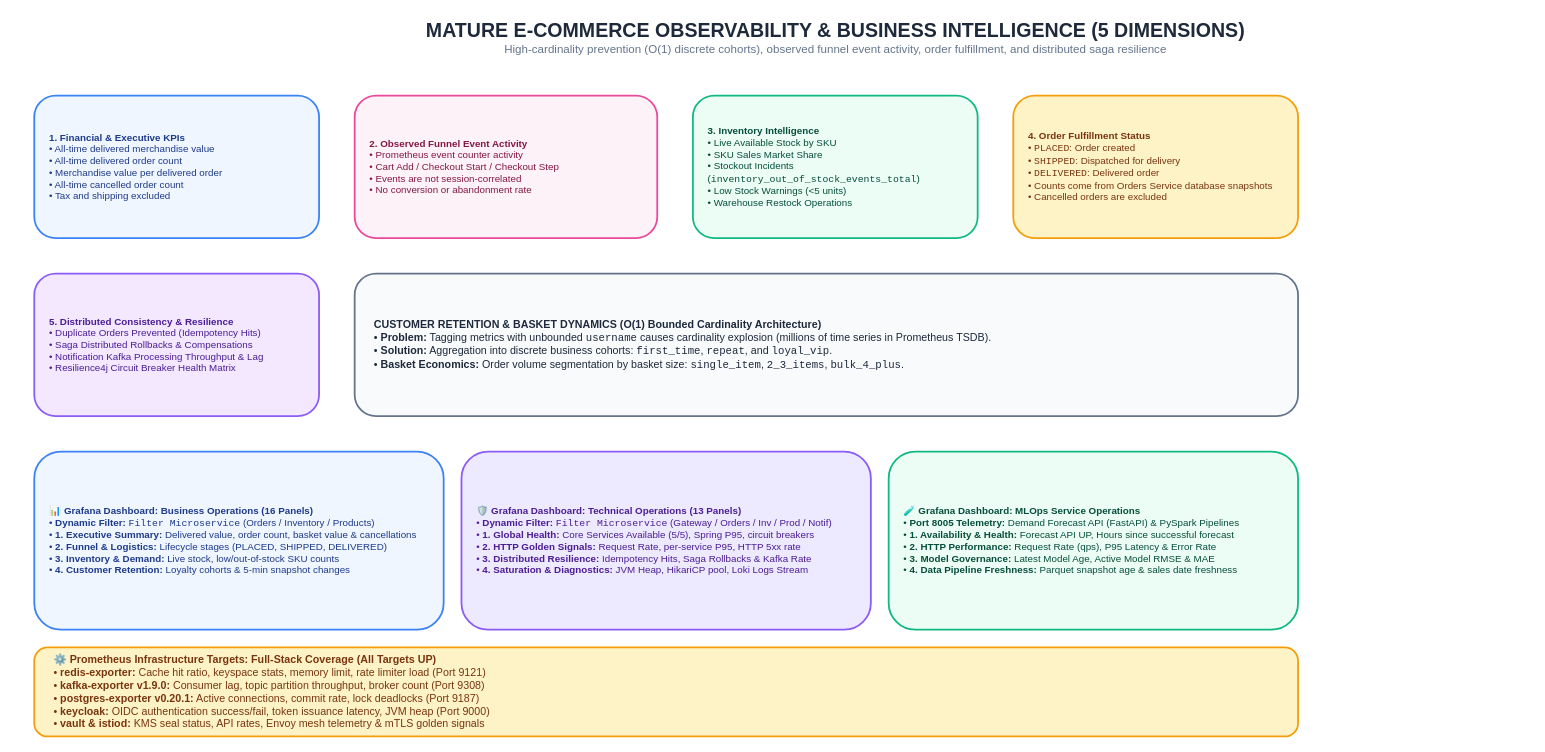
Above: page "8. Mature E-Commerce Observability Architecture" (8 of 16) of docs/Diagrams.drawio in GeorgeGxx/microservices-architecture (draw.io), before the change. Source tidied: cells renumbered, new cells numbered last; positions are measured from the earlier drawing's top-left corner, leaving out a move shared by most shapes. Both pictures are drawn from the tidied source at 89%, with x=0, y=0 at pixel (34, 15).
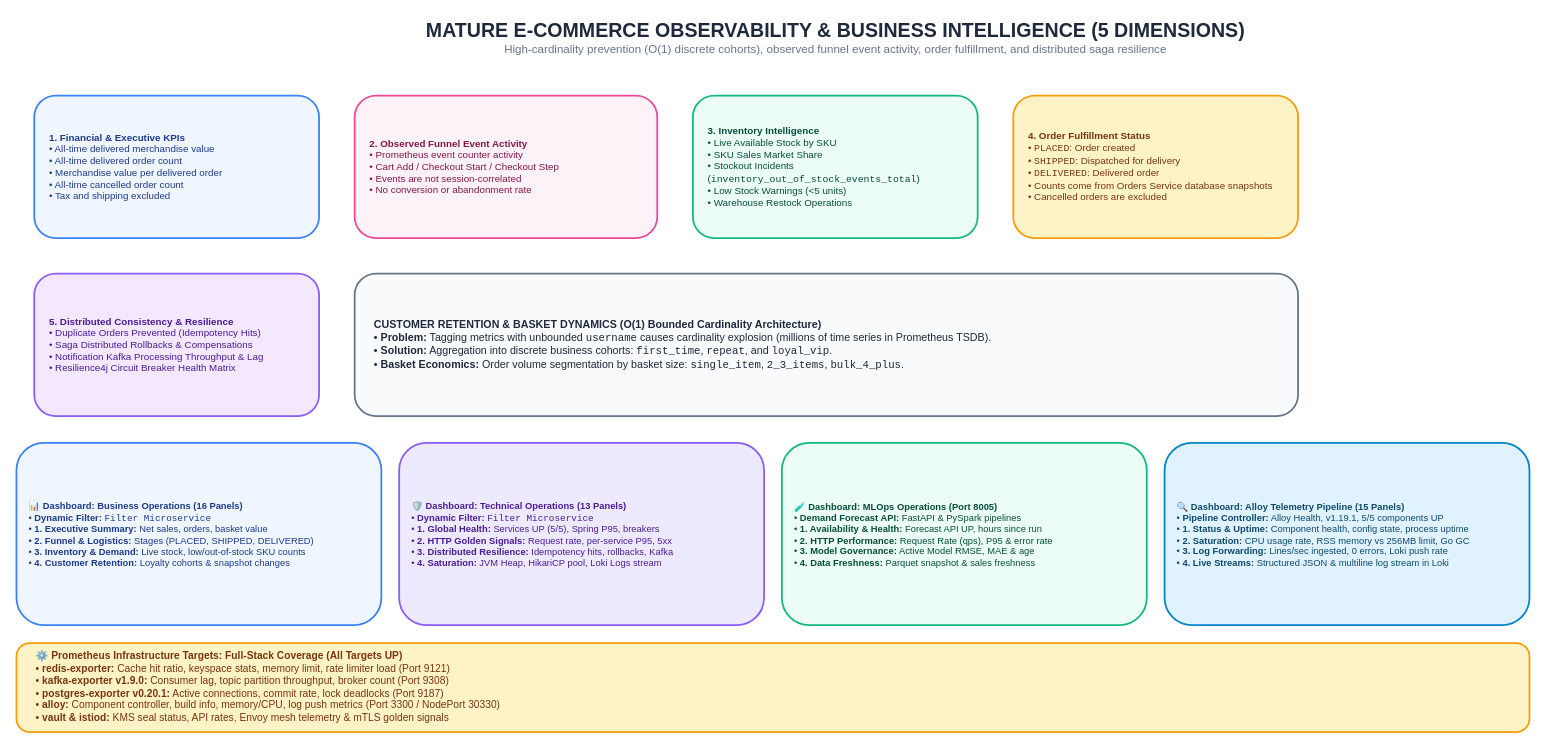
After the change.

Diff of the diagram source:
```diff
@@
 <mxGraphModel>
   <root>
     <mxCell id="0" />
     <mxCell id="1" parent="0" />
     <mxCell id="2" value="&lt;b style='font-size:22px;color:#1E293B;'&gt;MATURE E-COMMERCE OBSERVABILITY &amp; BUSINESS INTELLIGENCE (5 DIMENSIONS)&lt;/b&gt;&lt;br&gt;&lt;span style='font-size:13px;color:#64748B;'&gt;High-cardinality prevention (O(1) discrete cohorts), observed funnel event activity, order fulfillment, and distributed saga resilience&lt;/span&gt;" style="text;html=1;align=center;verticalAlign=middle;rounded=0;" parent="1" vertex="1">
       <mxGeometry x="200" width="1400" height="50" as="geometry" />
     </mxCell>
     <mxCell id="3" value="&lt;b&gt;1. Financial &amp; Executive KPIs&lt;/b&gt;&lt;br&gt;• All-time delivered merchandise value&lt;br&gt;• All-time delivered order count&lt;br&gt;• Merchandise value per delivered order&lt;br&gt;• All-time cancelled order count&lt;br&gt;• Tax and shipping excluded" style="rounded=1;whiteSpace=wrap;html=1;fillColor=#EFF6FF;strokeColor=#3B82F6;strokeWidth=2;fontColor=#1E3A8A;fontSize=11;align=left;spacingLeft=15;" parent="1" vertex="1">
       <mxGeometry y="90" width="320" height="160" as="geometry" />
     </mxCell>
     <mxCell id="4" value="&lt;b&gt;2. Observed Funnel Event Activity&lt;/b&gt;&lt;br&gt;• Prometheus event counter activity&lt;br&gt;• Cart Add / Checkout Start / Checkout Step&lt;br&gt;• Events are not session-correlated&lt;br&gt;• No conversion or abandonment rate" style="rounded=1;whiteSpace=wrap;html=1;fillColor=#FDF2F8;strokeColor=#EC4899;strokeWidth=2;fontColor=#831843;fontSize=11;align=left;spacingLeft=15;" parent="1" vertex="1">
       <mxGeometry x="360" y="90" width="340" height="160" as="geometry" />
     </mxCell>
     <mxCell id="5" value="&lt;b&gt;3. Inventory Intelligence&lt;/b&gt;&lt;br&gt;• Live Available Stock by SKU&lt;br&gt;• SKU Sales Market Share&lt;br&gt;• Stockout Incidents (&lt;code&gt;inventory_out_of_stock_events_total&lt;/code&gt;)&lt;br&gt;• Low Stock Warnings (&amp;lt;5 units)&lt;br&gt;• Warehouse Restock Operations" style="rounded=1;whiteSpace=wrap;html=1;fillColor=#ECFDF5;strokeColor=#10B981;strokeWidth=2;fontColor=#064E3B;fontSize=11;align=left;spacingLeft=15;" parent="1" vertex="1">
       <mxGeometry x="740" y="90" width="320" height="160" as="geometry" />
     </mxCell>
     <mxCell id="6" value="&lt;b&gt;4. Order Fulfillment Status&lt;/b&gt;&lt;br&gt;• &lt;code&gt;PLACED&lt;/code&gt;: Order created&lt;br&gt;• &lt;code&gt;SHIPPED&lt;/code&gt;: Dispatched for delivery&lt;br&gt;• &lt;code&gt;DELIVERED&lt;/code&gt;: Delivered order&lt;br&gt;• Counts come from Orders Service database snapshots&lt;br&gt;• Cancelled orders are excluded" style="rounded=1;whiteSpace=wrap;html=1;fillColor=#FEF3C7;strokeColor=#F59E0B;strokeWidth=2;fontColor=#78350F;fontSize=11;align=left;spacingLeft=15;" parent="1" vertex="1">
       <mxGeometry x="1100" y="90" width="320" height="160" as="geometry" />
     </mxCell>
     <mxCell id="7" value="&lt;b&gt;5. Distributed Consistency &amp; Resilience&lt;/b&gt;&lt;br&gt;• Duplicate Orders Prevented (Idempotency Hits)&lt;br&gt;• Saga Distributed Rollbacks &amp; Compensations&lt;br&gt;• Notification Kafka Processing Throughput &amp; Lag&lt;br&gt;• Resilience4j Circuit Breaker Health Matrix" style="rounded=1;whiteSpace=wrap;html=1;fillColor=#F3E8FF;strokeColor=#8B5CF6;strokeWidth=2;fontColor=#4C1D95;fontSize=11;align=left;spacingLeft=15;" parent="1" vertex="1">
       <mxGeometry y="290" width="320" height="160" as="geometry" />
     </mxCell>
     <mxCell id="8" value="&lt;b&gt;CUSTOMER RETENTION &amp; BASKET DYNAMICS (O(1) Bounded Cardinality Architecture)&lt;/b&gt;&lt;br&gt;• &lt;b&gt;Problem:&lt;/b&gt; Tagging metrics with unbounded &lt;code&gt;username&lt;/code&gt; causes cardinality explosion (millions of time series in Prometheus TSDB).&lt;br&gt;• &lt;b&gt;Solution:&lt;/b&gt; Aggregation into discrete business cohorts: &lt;code&gt;first_time&lt;/code&gt;, &lt;code&gt;repeat&lt;/code&gt;, and &lt;code&gt;loyal_vip&lt;/code&gt;.&lt;br&gt;• &lt;b&gt;Basket Economics:&lt;/b&gt; Order volume segmentation by basket size: &lt;code&gt;single_item&lt;/code&gt;, &lt;code&gt;2_3_items&lt;/code&gt;, &lt;code&gt;bulk_4_plus&lt;/code&gt;." style="rounded=1;whiteSpace=wrap;html=1;fillColor=#F8FAFC;strokeColor=#64748B;strokeWidth=2;fontColor=#1E293B;fontSize=12;align=left;spacingLeft=20;" parent="1" vertex="1">
       <mxGeometry x="360" y="290" width="1060" height="160" as="geometry" />
     </mxCell>
-    <mxCell id="9" value="&lt;b&gt;📊 Grafana Dashboard: Business Operations (16 Panels)&lt;/b&gt;&lt;br&gt;• &lt;b&gt;Dynamic Filter:&lt;/b&gt; &lt;code&gt;Filter Microservice&lt;/code&gt; (Orders / Inventory / Products)&lt;br&gt;• &lt;b&gt;1. Executive Summary:&lt;/b&gt; Delivered value, order count, basket value &amp; cancellations&lt;br&gt;• &lt;b&gt;2. Funnel &amp; Logistics:&lt;/b&gt; Lifecycle stages (PLACED, SHIPPED, DELIVERED)&lt;br&gt;• &lt;b&gt;3. Inventory &amp; Demand:&lt;/b&gt; Live stock, low/out-of-stock SKU counts&lt;br&gt;• &lt;b&gt;4. Customer Retention:&lt;/b&gt; Loyalty cohorts &amp; 5-min snapshot changes" style="rounded=1;whiteSpace=wrap;html=1;fillColor=#EFF6FF;strokeColor=#3B82F6;strokeWidth=2;fontColor=#1E3A8A;fontSize=11;align=left;spacingLeft=15;" parent="1" vertex="1">
-      <mxGeometry y="490" width="460" height="200" as="geometry" />
+    <mxCell id="9" value="&lt;b&gt;📊 Dashboard: Business Operations (16 Panels)&lt;/b&gt;&lt;br&gt;• &lt;b&gt;Dynamic Filter:&lt;/b&gt; &lt;code&gt;Filter Microservice&lt;/code&gt;&lt;br&gt;• &lt;b&gt;1. Executive Summary:&lt;/b&gt; Net sales, orders, basket value&lt;br&gt;• &lt;b&gt;2. Funnel &amp; Logistics:&lt;/b&gt; Stages (PLACED, SHIPPED, DELIVERED)&lt;br&gt;• &lt;b&gt;3. Inventory &amp; Demand:&lt;/b&gt; Live stock, low/out-of-stock SKU counts&lt;br&gt;• &lt;b&gt;4. Customer Retention:&lt;/b&gt; Loyalty cohorts &amp; snapshot changes" style="rounded=1;whiteSpace=wrap;html=1;fillColor=#EFF6FF;strokeColor=#3B82F6;strokeWidth=2;fontColor=#1E3A8A;fontSize=10.5;align=left;spacingLeft=12;" parent="1" vertex="1">
+      <mxGeometry x="-20" y="480" width="410" height="205" as="geometry" />
     </mxCell>
-    <mxCell id="10" value="&lt;b&gt;🛡️ Grafana Dashboard: Technical Operations (13 Panels)&lt;/b&gt;&lt;br&gt;• &lt;b&gt;Dynamic Filter:&lt;/b&gt; &lt;code&gt;Filter Microservice&lt;/code&gt; (Gateway / Orders / Inv / Prod / Notif)&lt;br&gt;• &lt;b&gt;1. Global Health:&lt;/b&gt; Core Services Available (5/5), Spring P95, circuit breakers&lt;br&gt;• &lt;b&gt;2. HTTP Golden Signals:&lt;/b&gt; Request Rate, per-service P95, HTTP 5xx rate&lt;br&gt;• &lt;b&gt;3. Distributed Resilience:&lt;/b&gt; Idempotency Hits, Saga Rollbacks &amp; Kafka Rate&lt;br&gt;• &lt;b&gt;4. Saturation &amp; Diagnostics:&lt;/b&gt; JVM Heap, HikariCP pool, Loki Logs Stream" style="rounded=1;whiteSpace=wrap;html=1;fillColor=#EDE9FE;strokeColor=#8B5CF6;strokeWidth=2;fontColor=#4C1D95;fontSize=11;align=left;spacingLeft=15;" parent="1" vertex="1">
-      <mxGeometry x="480" y="490" width="460" height="200" as="geometry" />
+    <mxCell id="10" value="&lt;b&gt;🛡️ Dashboard: Technical Operations (13 Panels)&lt;/b&gt;&lt;br&gt;• &lt;b&gt;Dynamic Filter:&lt;/b&gt; &lt;code&gt;Filter Microservice&lt;/code&gt;&lt;br&gt;• &lt;b&gt;1. Global Health:&lt;/b&gt; Services UP (5/5), Spring P95, breakers&lt;br&gt;• &lt;b&gt;2. HTTP Golden Signals:&lt;/b&gt; Request rate, per-service P95, 5xx&lt;br&gt;• &lt;b&gt;3. Distributed Resilience:&lt;/b&gt; Idempotency hits, rollbacks, Kafka&lt;br&gt;• &lt;b&gt;4. Saturation:&lt;/b&gt; JVM Heap, HikariCP pool, Loki Logs stream" style="rounded=1;whiteSpace=wrap;html=1;fillColor=#EDE9FE;strokeColor=#8B5CF6;strokeWidth=2;fontColor=#4C1D95;fontSize=10.5;align=left;spacingLeft=12;" parent="1" vertex="1">
+      <mxGeometry x="410" y="480" width="410" height="205" as="geometry" />
     </mxCell>
-    <mxCell id="11" value="&lt;b&gt;🧪 Grafana Dashboard: MLOps Service Operations&lt;/b&gt;&lt;br&gt;• &lt;b&gt;Port 8005 Telemetry:&lt;/b&gt; Demand Forecast API (FastAPI) &amp; PySpark Pipelines&lt;br&gt;• &lt;b&gt;1. Availability &amp; Health:&lt;/b&gt; Forecast API UP, Hours since successful forecast&lt;br&gt;• &lt;b&gt;2. HTTP Performance:&lt;/b&gt; Request Rate (qps), P95 Latency &amp; Error Rate&lt;br&gt;• &lt;b&gt;3. Model Governance:&lt;/b&gt; Latest Model Age, Active Model RMSE &amp; MAE&lt;br&gt;• &lt;b&gt;4. Data Pipeline Freshness:&lt;/b&gt; Parquet snapshot age &amp; sales date freshness" style="rounded=1;whiteSpace=wrap;html=1;fillColor=#ECFDF5;strokeColor=#10B981;strokeWidth=2;fontColor=#064E3B;fontSize=11;align=left;spacingLeft=15;" parent="1" vertex="1">
-      <mxGeometry x="960" y="490" width="460" height="200" as="geometry" />
+    <mxCell id="11" value="&lt;b&gt;🧪 Dashboard: MLOps Operations (Port 8005)&lt;/b&gt;&lt;br&gt;• &lt;b&gt;Demand Forecast API:&lt;/b&gt; FastAPI &amp; PySpark pipelines&lt;br&gt;• &lt;b&gt;1. Availability &amp; Health:&lt;/b&gt; Forecast API UP, hours since run&lt;br&gt;• &lt;b&gt;2. HTTP Performance:&lt;/b&gt; Request Rate (qps), P95 &amp; error rate&lt;br&gt;• &lt;b&gt;3. Model Governance:&lt;/b&gt; Active Model RMSE, MAE &amp; age&lt;br&gt;• &lt;b&gt;4. Data Freshness:&lt;/b&gt; Parquet snapshot &amp; sales freshness" style="rounded=1;whiteSpace=wrap;html=1;fillColor=#ECFDF5;strokeColor=#10B981;strokeWidth=2;fontColor=#064E3B;fontSize=10.5;align=left;spacingLeft=12;" parent="1" vertex="1">
+      <mxGeometry x="840" y="480" width="410" height="205" as="geometry" />
     </mxCell>
+    <mxCell id="13" value="&lt;b&gt;🔍 Dashboard: Alloy Telemetry Pipeline (15 Panels)&lt;/b&gt;&lt;br&gt;• &lt;b&gt;Pipeline Controller:&lt;/b&gt; Alloy Health, v1.19.1, 5/5 components UP&lt;br&gt;• &lt;b&gt;1. Status &amp; Uptime:&lt;/b&gt; Component health, config state, process uptime&lt;br&gt;• &lt;b&gt;2. Saturation:&lt;/b&gt; CPU usage rate, RSS memory vs 256MB limit, Go GC&lt;br&gt;• &lt;b&gt;3. Log Forwarding:&lt;/b&gt; Lines/sec ingested, 0 errors, Loki push rate&lt;br&gt;• &lt;b&gt;4. Live Streams:&lt;/b&gt; Structured JSON &amp; multiline log stream in Loki" style="rounded=1;whiteSpace=wrap;html=1;fillColor=#E0F2FE;strokeColor=#0284C7;strokeWidth=2;fontColor=#0C4A6E;fontSize=10.5;align=left;spacingLeft=12;" parent="1" vertex="1">
+      <mxGeometry x="1270" y="480" width="410" height="205" as="geometry" />
+    </mxCell>
-    <mxCell id="12" value="&lt;b&gt;⚙️ Prometheus Infrastructure Targets: Full-Stack Coverage (All Targets UP)&lt;/b&gt;&lt;br&gt;• &lt;b&gt;redis-exporter:&lt;/b&gt; Cache hit ratio, keyspace stats, memory limit, rate limiter load (Port 9121)&lt;br&gt;• &lt;b&gt;kafka-exporter v1.9.0:&lt;/b&gt; Consumer lag, topic partition throughput, broker count (Port 9308)&lt;br&gt;• &lt;b&gt;postgres-exporter v0.20.1:&lt;/b&gt; Active connections, commit rate, lock deadlocks (Port 9187)&lt;br&gt;• &lt;b&gt;keycloak:&lt;/b&gt; OIDC authentication success/fail, token issuance latency, JVM heap (Port 9000)&lt;br&gt;• &lt;b&gt;vault &amp; istiod:&lt;/b&gt; KMS seal status, API rates, Envoy mesh telemetry &amp; mTLS golden signals" style="rounded=1;whiteSpace=wrap;html=1;fillColor=#FEF3C7;strokeColor=#F59E0B;strokeWidth=2;fontColor=#78350F;fontSize=12;align=left;spacingLeft=20;" parent="1" vertex="1">
-      <mxGeometry y="710" width="1420" height="100" as="geometry" />
+    <mxCell id="12" value="&lt;b&gt;⚙️ Prometheus Infrastructure Targets: Full-Stack Coverage (All Targets UP)&lt;/b&gt;&lt;br&gt;• &lt;b&gt;redis-exporter:&lt;/b&gt; Cache hit ratio, keyspace stats, memory limit, rate limiter load (Port 9121)&lt;br&gt;• &lt;b&gt;kafka-exporter v1.9.0:&lt;/b&gt; Consumer lag, topic partition throughput, broker count (Port 9308)&lt;br&gt;• &lt;b&gt;postgres-exporter v0.20.1:&lt;/b&gt; Active connections, commit rate, lock deadlocks (Port 9187)&lt;br&gt;• &lt;b&gt;alloy:&lt;/b&gt; Component controller, build info, memory/CPU, log push metrics (Port 3300 / NodePort 30330)&lt;br&gt;• &lt;b&gt;vault &amp; istiod:&lt;/b&gt; KMS seal status, API rates, Envoy mesh telemetry &amp; mTLS golden signals" style="rounded=1;whiteSpace=wrap;html=1;fillColor=#FEF3C7;strokeColor=#F59E0B;strokeWidth=2;fontColor=#78350F;fontSize=11.5;align=left;spacingLeft=20;" parent="1" vertex="1">
+      <mxGeometry x="-20" y="705" width="1700" height="100" as="geometry" />
     </mxCell>
   </root>
 </mxGraphModel>
```
